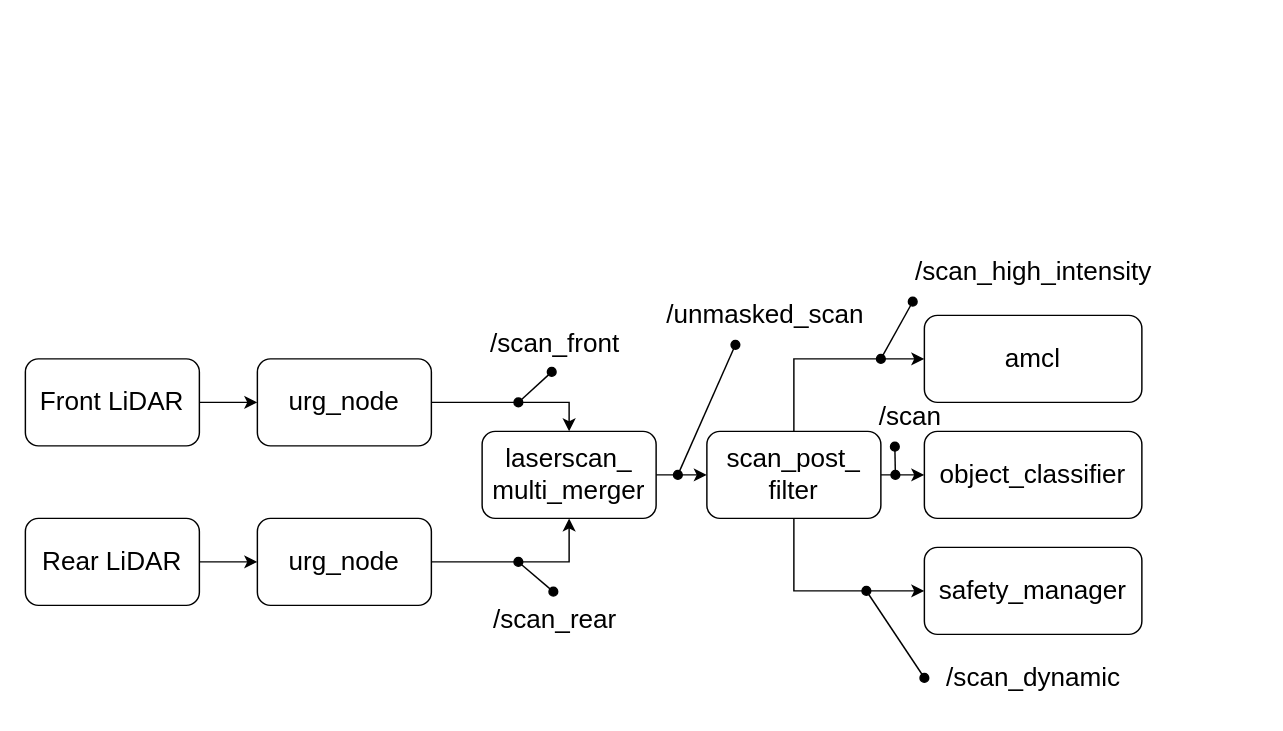
sdswoops824/myrepo keeps this draw.io diagram as scan_flow.drawio. Above is the earlier version. Source tidied: cells renumbered, new cells numbered last; positions are measured from the earlier drawing's top-left corner, leaving out a move shared by most shapes. Both pictures are drawn from the tidied source at 145%, with x=0, y=0 at pixel (25, 242).
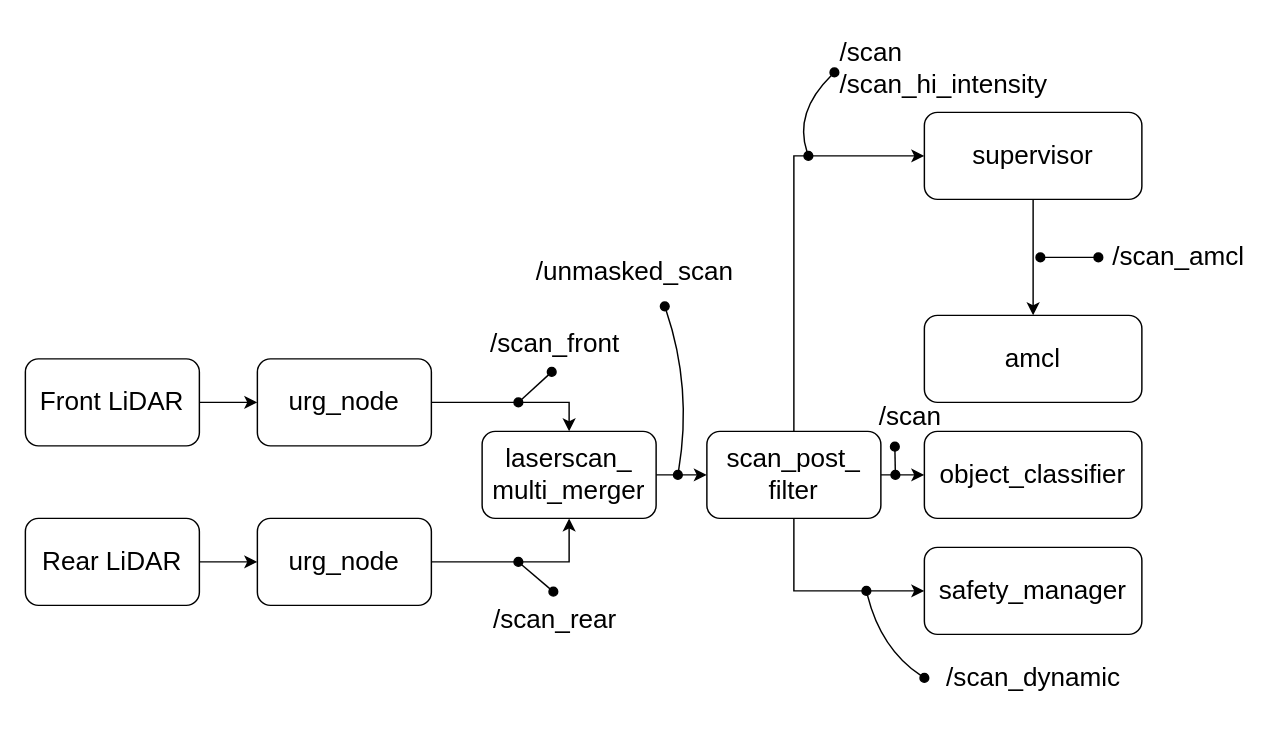
Above is the later version.

The change refers to these unchanged cells:
```xml
<mxCell id="15" value="scan_post_&lt;div&gt;filter&lt;/div&gt;" style="rounded=1;whiteSpace=wrap;html=1;fontSize=18;" parent="1" vertex="1">
  <mxGeometry x="470" y="130" width="120" height="60" as="geometry" />
</mxCell>
<mxCell id="16" value="amcl" style="rounded=1;whiteSpace=wrap;html=1;fontSize=18;" parent="1" vertex="1">
  <mxGeometry x="620" y="50" width="150" height="60" as="geometry" />
</mxCell>
```

What changed in the source:
```diff
@@
-    <mxCell id="12" style="edgeStyle=orthogonalEdgeStyle;rounded=0;jettySize=auto;html=1;exitX=0.5;exitY=0;exitDx=0;exitDy=0;entryX=0;entryY=0.5;entryDx=0;entryDy=0;" parent="1" edge="1" source="15" target="16">
-      <mxGeometry relative="1" as="geometry" />
-    </mxCell>
@@
+    <mxCell id="31" style="edgeStyle=orthogonalEdgeStyle;rounded=0;jettySize=auto;html=1;exitX=0.5;exitY=0;exitDx=0;exitDy=0;entryX=0;entryY=0.5;entryDx=0;entryDy=0;" parent="1" edge="1" source="15" target="33">
+      <mxGeometry relative="1" as="geometry" />
+    </mxCell>
@@
     <mxCell id="21" value="/unmasked_scan" style="text;html=1;align=center;verticalAlign=middle;points=[];strokeColor=none;fillColor=none;fontSize=18;" parent="1" vertex="1">
-      <mxGeometry x="430" y="30" width="160" height="40" as="geometry" />
+      <mxGeometry x="340" width="160" height="40" as="geometry" />
     </mxCell>
-    <mxCell id="22" value="/scan_high_intensity" style="text;html=1;align=center;verticalAlign=middle;points=[];strokeColor=none;fillColor=none;fontSize=18;" parent="1" vertex="1">
-      <mxGeometry x="600" width="190" height="40" as="geometry" />
+    <mxCell id="22" value="/scan_amcl" style="text;html=1;align=center;verticalAlign=middle;points=[];strokeColor=none;fillColor=none;fontSize=18;" parent="1" vertex="1">
+      <mxGeometry x="740" y="-10" width="110" height="40" as="geometry" />
     </mxCell>
@@
-    <mxCell id="27" style="curved=1;endArrow=oval;html=1;rounded=0;endFill=1;startArrow=oval;startFill=1;exitX=0.373;exitY=1.008;exitDx=0;exitDy=0;exitPerimeter=0;" parent="1" edge="1" source="21">
+    <mxCell id="27" style="curved=1;endArrow=oval;html=1;rounded=0;endFill=1;startArrow=oval;startFill=1;exitX=0.631;exitY=1.094;exitDx=0;exitDy=0;exitPerimeter=0;" parent="1" edge="1" source="21">
       <mxGeometry relative="1" as="geometry">
         <mxPoint x="450" y="160" as="targetPoint" />
+        <Array as="points">
+          <mxPoint x="460" y="100" />
+        </Array>
       </mxGeometry>
     </mxCell>
-    <mxCell id="28" style="curved=1;endArrow=oval;html=1;rounded=0;endFill=1;startArrow=oval;startFill=1;exitX=0.063;exitY=1.014;exitDx=0;exitDy=0;exitPerimeter=0;" parent="1" edge="1" source="22">
-      <mxGeometry relative="1" as="geometry">
-        <mxPoint x="590" y="80" as="targetPoint" />
-      </mxGeometry>
-    </mxCell>
@@
     <mxCell id="30" style="curved=1;endArrow=oval;html=1;rounded=0;endFill=1;startArrow=oval;startFill=1;" parent="1" edge="1">
       <mxGeometry relative="1" as="geometry">
         <mxPoint x="580" y="240" as="sourcePoint" />
         <mxPoint x="620" y="300" as="targetPoint" />
+        <Array as="points">
+          <mxPoint x="590" y="280" />
+        </Array>
       </mxGeometry>
     </mxCell>
+    <mxCell id="32" style="edgeStyle=orthogonalEdgeStyle;rounded=0;jettySize=auto;html=1;exitX=0.5;exitY=1;exitDx=0;exitDy=0;entryX=0.5;entryY=0;entryDx=0;entryDy=0;" parent="1" edge="1" source="33" target="16">
+      <mxGeometry relative="1" as="geometry" />
+    </mxCell>
+    <mxCell id="33" value="supervisor" style="rounded=1;whiteSpace=wrap;html=1;fontSize=18;" parent="1" vertex="1">
+      <mxGeometry x="620" y="-90" width="150" height="60" as="geometry" />
+    </mxCell>
+    <mxCell id="34" style="curved=1;endArrow=oval;html=1;rounded=0;endFill=1;startArrow=oval;startFill=1;" parent="1" edge="1" target="22">
+      <mxGeometry relative="1" as="geometry">
+        <mxPoint x="700" y="10" as="sourcePoint" />
+        <Array as="points">
+          <mxPoint x="720" y="10" />
+        </Array>
+      </mxGeometry>
+    </mxCell>
+    <mxCell id="35" value="/scan&lt;div&gt;/scan_hi_intensity&lt;/div&gt;" style="text;html=1;align=left;verticalAlign=middle;points=[];strokeColor=none;fillColor=none;fontSize=18;" parent="1" vertex="1">
+      <mxGeometry x="560" y="-150" width="170" height="60" as="geometry" />
+    </mxCell>
+    <mxCell id="36" style="curved=1;endArrow=oval;html=1;rounded=0;endFill=1;startArrow=oval;startFill=1;entryX=-0.012;entryY=0.541;entryDx=0;entryDy=0;entryPerimeter=0;" parent="1" edge="1" target="35">
+      <mxGeometry relative="1" as="geometry">
+        <mxPoint x="540" y="-60" as="sourcePoint" />
+        <Array as="points">
+          <mxPoint x="530" y="-90" />
+        </Array>
+      </mxGeometry>
+    </mxCell>
```
